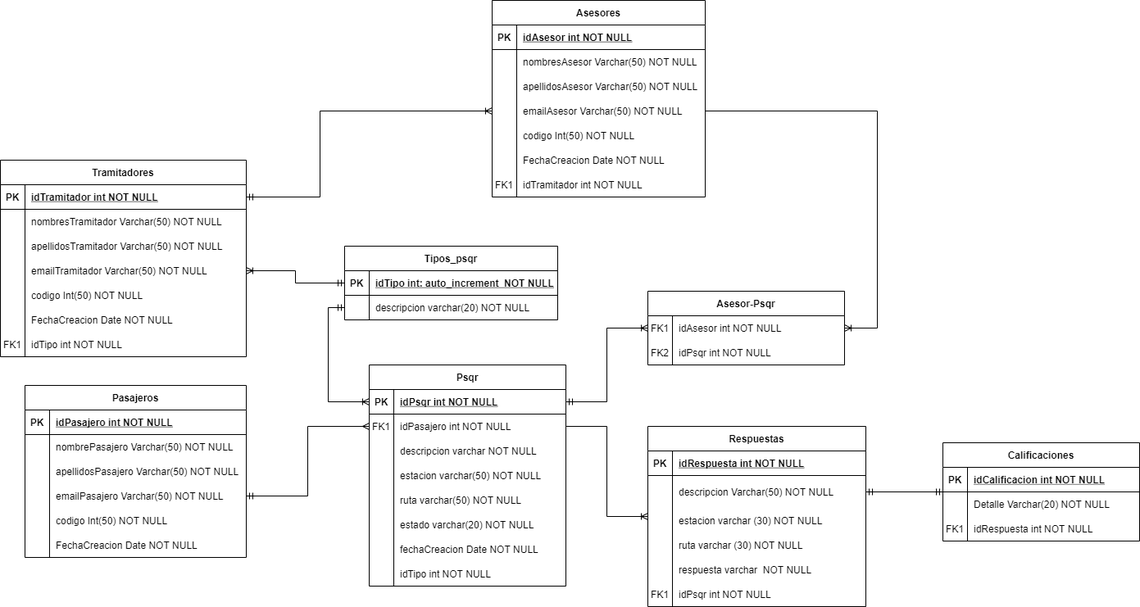
This is Entidad-Relacion-modelo entidad-relacion.png from AlejandraRochaR/imagenes, a draw.io export, as it was before one commit. Source tidied: cells renumbered, new cells last; positions are measured from the earlier drawing's top-left corner, leaving out a move shared by most shapes.
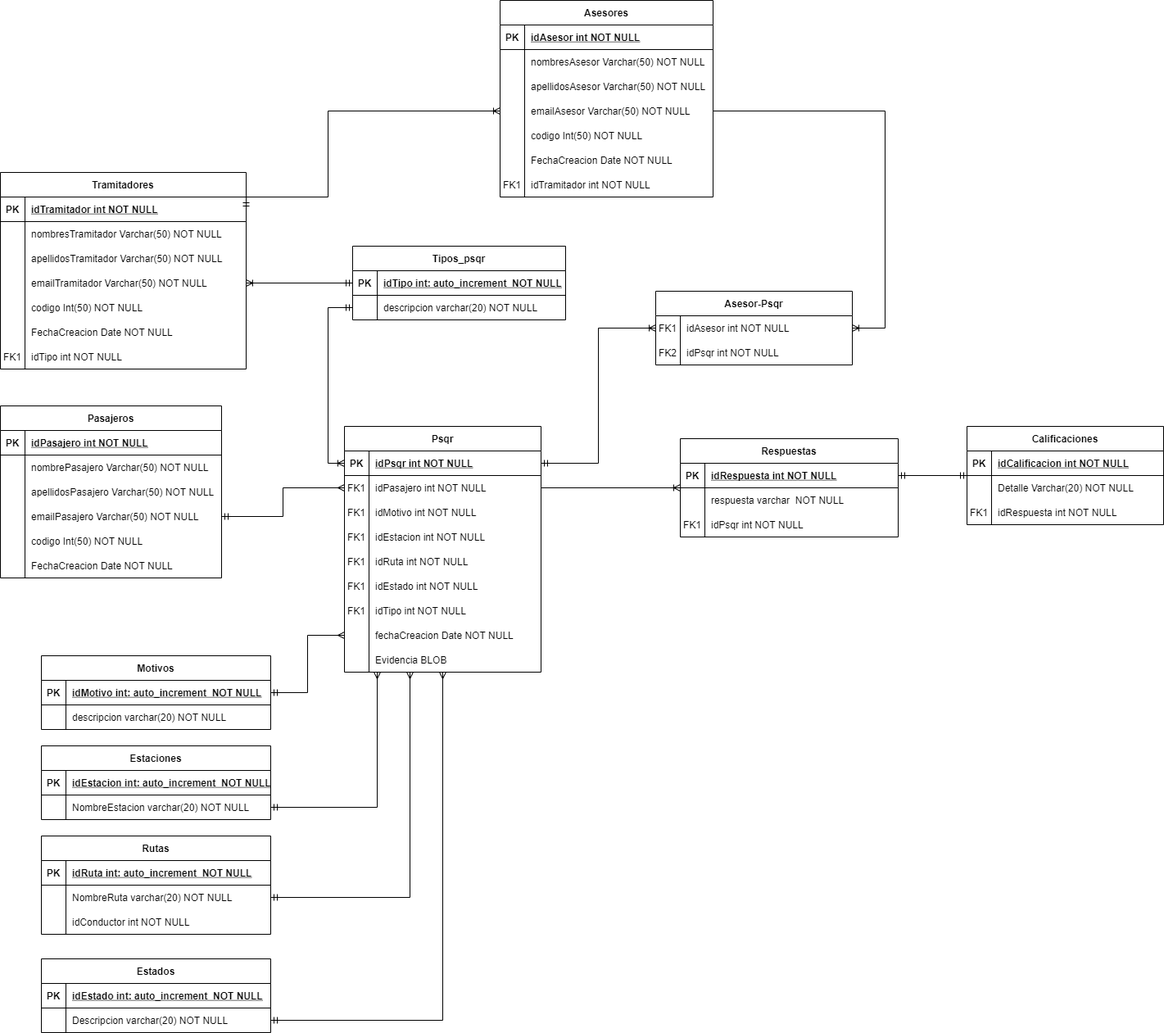
The same diagram one commit later.

Change to the diagram source:
```diff
@@ -31,4 +31,21 @@
     </mxCell>
+    <mxCell id="141" style="edgeStyle=orthogonalEdgeStyle;rounded=0;jettySize=auto;html=1;entryX=1;entryY=0.5;entryDx=0;entryDy=0;startArrow=ERmany;startFill=0;endArrow=ERmandOne;endFill=0;" parent="1" edge="1" source="11" target="163">
+      <mxGeometry relative="1" as="geometry">
+        <Array as="points">
+          <mxPoint x="450" y="985" />
+        </Array>
+      </mxGeometry>
+    </mxCell>
+    <mxCell id="142" style="edgeStyle=orthogonalEdgeStyle;rounded=0;jettySize=auto;html=1;entryX=1;entryY=0.5;entryDx=0;entryDy=0;startArrow=ERmany;startFill=0;endArrow=ERmandOne;endFill=0;" parent="1" edge="1" source="11" target="170">
+      <mxGeometry relative="1" as="geometry">
+        <Array as="points">
+          <mxPoint x="490" y="1095" />
+        </Array>
+      </mxGeometry>
+    </mxCell>
+    <mxCell id="143" style="edgeStyle=orthogonalEdgeStyle;rounded=0;jettySize=auto;html=1;entryX=1;entryY=0.5;entryDx=0;entryDy=0;startArrow=ERmany;startFill=0;endArrow=ERmandOne;endFill=0;" parent="1" edge="1" source="11" target="180">
+      <mxGeometry relative="1" as="geometry" />
+    </mxCell>
     <mxCell id="11" value="Psqr" style="shape=table;startSize=30;rowLines=0;fontStyle=1;align=center;" parent="1" vertex="1">
-      <mxGeometry x="450" y="445" width="240" height="270" as="geometry" />
+      <mxGeometry x="410" y="520" width="240" height="300" as="geometry" />
     </mxCell>
@@ -58,3 +75,3 @@
     </mxCell>
-    <mxCell id="20" value="descripcion varchar NOT NULL" style="shape=partialRectangle;overflow=hidden;fillColor=none;top=0;left=0;bottom=0;right=0;align=left;spacingLeft=6;" parent="18" vertex="1">
+    <mxCell id="20" value="idMotivo int NOT NULL" style="shape=partialRectangle;overflow=hidden;fillColor=none;top=0;left=0;bottom=0;right=0;align=left;spacingLeft=6;" parent="18" vertex="1">
       <mxGeometry x="30" width="210" height="30" as="geometry" />
@@ -67,3 +84,3 @@
     </mxCell>
-    <mxCell id="23" value="estacion varchar(50) NOT NULL" style="shape=partialRectangle;overflow=hidden;fillColor=none;top=0;left=0;bottom=0;right=0;align=left;spacingLeft=6;" parent="21" vertex="1">
+    <mxCell id="23" value="idEstacion int NOT NULL" style="shape=partialRectangle;overflow=hidden;fillColor=none;top=0;left=0;bottom=0;right=0;align=left;spacingLeft=6;" parent="21" vertex="1">
       <mxGeometry x="30" width="210" height="30" as="geometry" />
@@ -76,3 +93,3 @@
     </mxCell>
-    <mxCell id="26" value="ruta varchar(50) NOT NULL" style="shape=partialRectangle;overflow=hidden;fillColor=none;top=0;left=0;bottom=0;right=0;align=left;spacingLeft=6;" parent="24" vertex="1">
+    <mxCell id="26" value="idRuta int NOT NULL" style="shape=partialRectangle;overflow=hidden;fillColor=none;top=0;left=0;bottom=0;right=0;align=left;spacingLeft=6;" parent="24" vertex="1">
       <mxGeometry x="30" width="210" height="30" as="geometry" />
@@ -85,7 +102,16 @@
     </mxCell>
-    <mxCell id="29" value="estado varchar(20) NOT NULL" style="shape=partialRectangle;overflow=hidden;fillColor=none;top=0;left=0;bottom=0;right=0;align=left;spacingLeft=6;" parent="27" vertex="1">
+    <mxCell id="29" value="idEstado int NOT NULL" style="shape=partialRectangle;overflow=hidden;fillColor=none;top=0;left=0;bottom=0;right=0;align=left;spacingLeft=6;" parent="27" vertex="1">
       <mxGeometry x="30" width="210" height="30" as="geometry" />
     </mxCell>
+    <mxCell id="33" style="shape=partialRectangle;fillColor=none;top=0;left=0;right=0;bottom=0;" parent="11" vertex="1">
+      <mxGeometry y="210" width="240" height="30" as="geometry" />
+    </mxCell>
+    <mxCell id="34" style="shape=partialRectangle;overflow=hidden;fillColor=none;top=0;left=0;bottom=0;right=0;" parent="33" vertex="1">
+      <mxGeometry width="30" height="30" as="geometry" />
+    </mxCell>
+    <mxCell id="35" value="idTipo int NOT NULL" style="shape=partialRectangle;overflow=hidden;fillColor=none;top=0;left=0;bottom=0;right=0;align=left;spacingLeft=6;" parent="33" vertex="1">
+      <mxGeometry x="30" width="210" height="30" as="geometry" />
+    </mxCell>
     <mxCell id="30" style="shape=partialRectangle;fillColor=none;points=[[0,0.5],[1,0.5]];portConstraint=eastwest;top=0;left=0;right=0;bottom=0;" parent="11" vertex="1">
-      <mxGeometry y="210" width="240" height="30" as="geometry" />
+      <mxGeometry y="240" width="240" height="30" as="geometry" />
     </mxCell>
@@ -97,11 +123,11 @@
     </mxCell>
-    <mxCell id="33" style="shape=partialRectangle;fillColor=none;top=0;left=0;right=0;bottom=0;" parent="11" vertex="1">
-      <mxGeometry y="240" width="240" height="30" as="geometry" />
-    </mxCell>
-    <mxCell id="34" style="shape=partialRectangle;overflow=hidden;fillColor=none;top=0;left=0;bottom=0;right=0;" parent="33" vertex="1">
-      <mxGeometry width="30" height="30" as="geometry" />
-    </mxCell>
-    <mxCell id="35" value="idTipo int NOT NULL" style="shape=partialRectangle;overflow=hidden;fillColor=none;top=0;left=0;bottom=0;right=0;align=left;spacingLeft=6;" parent="33" vertex="1">
-      <mxGeometry x="30" width="210" height="30" as="geometry" />
-    </mxCell>
+    <mxCell id="144" style="shape=partialRectangle;fillColor=none;top=0;left=0;right=0;bottom=0;" parent="11" vertex="1">
+      <mxGeometry y="270" width="240" height="30" as="geometry" />
+    </mxCell>
+    <mxCell id="145" style="shape=partialRectangle;overflow=hidden;fillColor=none;top=0;left=0;bottom=0;right=0;" parent="144" vertex="1">
+      <mxGeometry width="30" height="30" as="geometry" />
+    </mxCell>
+    <mxCell id="146" value="Evidencia BLOB" style="shape=partialRectangle;overflow=hidden;fillColor=none;top=0;left=0;bottom=0;right=0;align=left;spacingLeft=6;" parent="144" vertex="1">
+      <mxGeometry x="30" width="210" height="30" as="geometry" />
+    </mxCell>
     <mxCell id="36" style="edgeStyle=orthogonalEdgeStyle;rounded=0;jettySize=auto;html=1;entryX=0;entryY=0.5;entryDx=0;entryDy=0;startArrow=ERmandOne;startFill=0;endArrow=ERmany;endFill=0;exitX=1;exitY=0.5;exitDx=0;exitDy=0;" parent="1" edge="1" source="131" target="15">
@@ -110,3 +136,3 @@
     <mxCell id="37" value="Respuestas" style="shape=table;startSize=30;rowLines=0;fontStyle=1;align=center;" parent="1" vertex="1">
-      <mxGeometry x="790" y="520" width="266" height="220" as="geometry" />
+      <mxGeometry x="820" y="535" width="266" height="120" as="geometry" />
     </mxCell>
@@ -121,31 +147,4 @@
     </mxCell>
-    <mxCell id="41" style="shape=partialRectangle;fillColor=none;points=[[0,0.5],[1,0.5]];portConstraint=eastwest;top=0;left=0;right=0;bottom=0;" parent="37" vertex="1">
-      <mxGeometry y="60" width="266" height="40" as="geometry" />
-    </mxCell>
-    <mxCell id="42" style="shape=partialRectangle;overflow=hidden;fillColor=none;top=0;left=0;bottom=0;right=0;" parent="41" vertex="1">
-      <mxGeometry width="30" height="40" as="geometry" />
-    </mxCell>
-    <mxCell id="43" value="descripcion Varchar(50) NOT NULL" style="shape=partialRectangle;overflow=hidden;fillColor=none;top=0;left=0;bottom=0;right=0;align=left;spacingLeft=6;" parent="41" vertex="1">
-      <mxGeometry x="30" width="236" height="40" as="geometry" />
-    </mxCell>
-    <mxCell id="44" style="shape=partialRectangle;fillColor=none;top=0;left=0;right=0;bottom=0;" parent="37" vertex="1">
-      <mxGeometry y="100" width="266" height="30" as="geometry" />
-    </mxCell>
-    <mxCell id="45" style="shape=partialRectangle;overflow=hidden;fillColor=none;top=0;left=0;bottom=0;right=0;" parent="44" vertex="1">
-      <mxGeometry width="30" height="30" as="geometry" />
-    </mxCell>
-    <mxCell id="46" value="estacion varchar (30) NOT NULL" style="shape=partialRectangle;overflow=hidden;fillColor=none;top=0;left=0;bottom=0;right=0;align=left;spacingLeft=6;" parent="44" vertex="1">
-      <mxGeometry x="30" width="236" height="30" as="geometry" />
-    </mxCell>
-    <mxCell id="47" style="shape=partialRectangle;fillColor=none;top=0;left=0;right=0;bottom=0;" parent="37" vertex="1">
-      <mxGeometry y="130" width="266" height="30" as="geometry" />
-    </mxCell>
-    <mxCell id="48" style="shape=partialRectangle;overflow=hidden;fillColor=none;top=0;left=0;bottom=0;right=0;" parent="47" vertex="1">
-      <mxGeometry width="30" height="30" as="geometry" />
-    </mxCell>
-    <mxCell id="49" value="ruta varchar (30) NOT NULL" style="shape=partialRectangle;overflow=hidden;fillColor=none;top=0;left=0;bottom=0;right=0;align=left;spacingLeft=6;" parent="47" vertex="1">
-      <mxGeometry x="30" width="236" height="30" as="geometry" />
-    </mxCell>
     <mxCell id="50" style="shape=partialRectangle;fillColor=none;top=0;left=0;right=0;bottom=0;" parent="37" vertex="1">
-      <mxGeometry y="160" width="266" height="30" as="geometry" />
+      <mxGeometry y="60" width="266" height="30" as="geometry" />
     </mxCell>
@@ -158,3 +157,3 @@
     <mxCell id="53" style="shape=partialRectangle;fillColor=none;top=0;left=0;right=0;bottom=0;" parent="37" vertex="1">
-      <mxGeometry y="190" width="266" height="30" as="geometry" />
+      <mxGeometry y="90" width="266" height="30" as="geometry" />
     </mxCell>
@@ -170,3 +169,3 @@
     <mxCell id="57" value="Calificaciones" style="shape=table;startSize=30;rowLines=0;fontStyle=1;align=center;" parent="1" vertex="1">
-      <mxGeometry x="1150" y="540" width="240" height="120" as="geometry" />
+      <mxGeometry x="1170" y="520" width="240" height="120" as="geometry" />
     </mxCell>
@@ -199,3 +198,3 @@
     </mxCell>
-    <mxCell id="67" style="edgeStyle=orthogonalEdgeStyle;rounded=0;jettySize=auto;html=1;exitX=1;exitY=0.5;exitDx=0;exitDy=0;entryX=0;entryY=0.5;entryDx=0;entryDy=0;startArrow=ERmandOne;startFill=0;endArrow=ERmandOne;endFill=0;" parent="1" edge="1" source="41" target="57">
+    <mxCell id="67" style="edgeStyle=orthogonalEdgeStyle;rounded=0;jettySize=auto;html=1;entryX=0;entryY=0.5;entryDx=0;entryDy=0;startArrow=ERmandOne;startFill=0;endArrow=ERmandOne;endFill=0;" parent="1" edge="1" source="38" target="57">
       <mxGeometry relative="1" as="geometry" />
@@ -203,3 +202,3 @@
     <mxCell id="68" value="Tramitadores" style="shape=table;startSize=30;rowLines=0;fontStyle=1;align=center;" parent="1" vertex="1">
-      <mxGeometry y="195" width="300" height="240" as="geometry" />
+      <mxGeometry x="-10" y="210" width="300" height="240" as="geometry" />
     </mxCell>
@@ -372,3 +371,3 @@
     <mxCell id="121" value="Pasajeros" style="shape=table;startSize=30;rowLines=0;fontStyle=1;align=center;" parent="1" vertex="1">
-      <mxGeometry x="30" y="470" width="270" height="210" as="geometry" />
+      <mxGeometry x="-10" y="495" width="270" height="210" as="geometry" />
     </mxCell>
@@ -431,2 +430,113 @@
     </mxCell>
+    <mxCell id="147" value="FK1" style="shape=partialRectangle;overflow=hidden;fillColor=none;top=0;left=0;bottom=0;right=0;" parent="1" vertex="1">
+      <mxGeometry x="410" y="610" width="30" height="30" as="geometry" />
+    </mxCell>
+    <mxCell id="148" value="FK1" style="shape=partialRectangle;overflow=hidden;fillColor=none;top=0;left=0;bottom=0;right=0;" parent="1" vertex="1">
+      <mxGeometry x="410" y="640" width="30" height="30" as="geometry" />
+    </mxCell>
+    <mxCell id="149" value="FK1" style="shape=partialRectangle;overflow=hidden;fillColor=none;top=0;left=0;bottom=0;right=0;" parent="1" vertex="1">
+      <mxGeometry x="410" y="670" width="30" height="30" as="geometry" />
+    </mxCell>
+    <mxCell id="150" value="FK1" style="shape=partialRectangle;overflow=hidden;fillColor=none;top=0;left=0;bottom=0;right=0;" parent="1" vertex="1">
+      <mxGeometry x="410" y="700" width="30" height="30" as="geometry" />
+    </mxCell>
+    <mxCell id="151" value="FK1" style="shape=partialRectangle;overflow=hidden;fillColor=none;top=0;left=0;bottom=0;right=0;" parent="1" vertex="1">
+      <mxGeometry x="410" y="730" width="30" height="30" as="geometry" />
+    </mxCell>
+    <mxCell id="152" value="Motivos" style="shape=table;startSize=30;rowLines=0;fontStyle=1;align=center;" parent="1" vertex="1">
+      <mxGeometry x="40" y="800" width="280" height="90" as="geometry" />
+    </mxCell>
+    <mxCell id="153" style="shape=partialRectangle;fillColor=none;points=[[0,0.5],[1,0.5]];portConstraint=eastwest;top=0;left=0;right=0;bottom=1;" parent="152" vertex="1">
+      <mxGeometry y="30" width="280" height="30" as="geometry" />
+    </mxCell>
+    <mxCell id="154" value="PK" style="shape=partialRectangle;overflow=hidden;fillColor=none;top=0;left=0;bottom=0;right=0;fontStyle=1;" parent="153" vertex="1">
+      <mxGeometry width="30" height="30" as="geometry" />
+    </mxCell>
+    <mxCell id="155" value="idMotivo int: auto_increment  NOT NULL " style="shape=partialRectangle;overflow=hidden;fillColor=none;top=0;left=0;bottom=0;right=0;align=left;spacingLeft=6;fontStyle=5;" parent="153" vertex="1">
+      <mxGeometry x="30" width="250" height="30" as="geometry" />
+    </mxCell>
+    <mxCell id="156" style="shape=partialRectangle;fillColor=none;top=0;left=0;right=0;bottom=0;" parent="152" vertex="1">
+      <mxGeometry y="60" width="280" height="30" as="geometry" />
+    </mxCell>
+    <mxCell id="157" style="shape=partialRectangle;overflow=hidden;fillColor=none;top=0;left=0;bottom=0;right=0;" parent="156" vertex="1">
+      <mxGeometry width="30" height="30" as="geometry" />
+    </mxCell>
+    <mxCell id="158" value="descripcion varchar(20) NOT NULL" style="shape=partialRectangle;overflow=hidden;fillColor=none;top=0;left=0;bottom=0;right=0;align=left;spacingLeft=6;" parent="156" vertex="1">
+      <mxGeometry x="30" width="250" height="30" as="geometry" />
+    </mxCell>
+    <mxCell id="159" value="Estaciones" style="shape=table;startSize=30;rowLines=0;fontStyle=1;align=center;" parent="1" vertex="1">
+      <mxGeometry x="40" y="910" width="280" height="90" as="geometry" />
+    </mxCell>
+    <mxCell id="160" style="shape=partialRectangle;fillColor=none;top=0;left=0;right=0;bottom=1;" parent="159" vertex="1">
+      <mxGeometry y="30" width="280" height="30" as="geometry" />
+    </mxCell>
+    <mxCell id="161" value="PK" style="shape=partialRectangle;overflow=hidden;fillColor=none;top=0;left=0;bottom=0;right=0;fontStyle=1;" parent="160" vertex="1">
+      <mxGeometry width="30" height="30" as="geometry" />
+    </mxCell>
+    <mxCell id="162" value="idEstacion int: auto_increment  NOT NULL " style="shape=partialRectangle;overflow=hidden;fillColor=none;top=0;left=0;bottom=0;right=0;align=left;spacingLeft=6;fontStyle=5;" parent="160" vertex="1">
+      <mxGeometry x="30" width="250" height="30" as="geometry" />
+    </mxCell>
+    <mxCell id="163" style="shape=partialRectangle;fillColor=none;points=[[0,0.5],[1,0.5]];portConstraint=eastwest;top=0;left=0;right=0;bottom=0;" parent="159" vertex="1">
+      <mxGeometry y="60" width="280" height="30" as="geometry" />
+    </mxCell>
+    <mxCell id="164" style="shape=partialRectangle;overflow=hidden;fillColor=none;top=0;left=0;bottom=0;right=0;" parent="163" vertex="1">
+      <mxGeometry width="30" height="30" as="geometry" />
+    </mxCell>
+    <mxCell id="165" value="NombreEstacion varchar(20) NOT NULL" style="shape=partialRectangle;overflow=hidden;fillColor=none;top=0;left=0;bottom=0;right=0;align=left;spacingLeft=6;" parent="163" vertex="1">
+      <mxGeometry x="30" width="250" height="30" as="geometry" />
+    </mxCell>
+    <mxCell id="166" value="Rutas" style="shape=table;startSize=30;rowLines=0;fontStyle=1;align=center;" parent="1" vertex="1">
+      <mxGeometry x="40" y="1020" width="280" height="120" as="geometry" />
+    </mxCell>
+    <mxCell id="167" style="shape=partialRectangle;fillColor=none;top=0;left=0;right=0;bottom=1;" parent="166" vertex="1">
+      <mxGeometry y="30" width="280" height="30" as="geometry" />
+    </mxCell>
+    <mxCell id="168" value="PK" style="shape=partialRectangle;overflow=hidden;fillColor=none;top=0;left=0;bottom=0;right=0;fontStyle=1;" parent="167" vertex="1">
+      <mxGeometry width="30" height="30" as="geometry" />
+    </mxCell>
+    <mxCell id="169" value="idRuta int: auto_increment  NOT NULL " style="shape=partialRectangle;overflow=hidden;fillColor=none;top=0;left=0;bottom=0;right=0;align=left;spacingLeft=6;fontStyle=5;" parent="167" vertex="1">
+      <mxGeometry x="30" width="250" height="30" as="geometry" />
+    </mxCell>
+    <mxCell id="170" style="shape=partialRectangle;fillColor=none;points=[[0,0.5],[1,0.5]];portConstraint=eastwest;top=0;left=0;right=0;bottom=0;" parent="166" vertex="1">
+      <mxGeometry y="60" width="280" height="30" as="geometry" />
+    </mxCell>
+    <mxCell id="171" style="shape=partialRectangle;overflow=hidden;fillColor=none;top=0;left=0;bottom=0;right=0;" parent="170" vertex="1">
+      <mxGeometry width="30" height="30" as="geometry" />
+    </mxCell>
+    <mxCell id="172" value="NombreRuta varchar(20) NOT NULL" style="shape=partialRectangle;overflow=hidden;fillColor=none;top=0;left=0;bottom=0;right=0;align=left;spacingLeft=6;" parent="170" vertex="1">
+      <mxGeometry x="30" width="250" height="30" as="geometry" />
+    </mxCell>
+    <mxCell id="173" style="shape=partialRectangle;fillColor=none;top=0;left=0;right=0;bottom=0;" parent="166" vertex="1">
+      <mxGeometry y="90" width="280" height="30" as="geometry" />
+    </mxCell>
+    <mxCell id="174" style="shape=partialRectangle;overflow=hidden;fillColor=none;top=0;left=0;bottom=0;right=0;" parent="173" vertex="1">
+      <mxGeometry width="30" height="30" as="geometry" />
+    </mxCell>
+    <mxCell id="175" value="idConductor int NOT NULL" style="shape=partialRectangle;overflow=hidden;fillColor=none;top=0;left=0;bottom=0;right=0;align=left;spacingLeft=6;" parent="173" vertex="1">
+      <mxGeometry x="30" width="250" height="30" as="geometry" />
+    </mxCell>
+    <mxCell id="176" value="Estados" style="shape=table;startSize=30;rowLines=0;fontStyle=1;align=center;" parent="1" vertex="1">
+      <mxGeometry x="40" y="1170" width="280" height="90" as="geometry" />
+    </mxCell>
+    <mxCell id="177" style="shape=partialRectangle;fillColor=none;top=0;left=0;right=0;bottom=1;" parent="176" vertex="1">
+      <mxGeometry y="30" width="280" height="30" as="geometry" />
+    </mxCell>
+    <mxCell id="178" value="PK" style="shape=partialRectangle;overflow=hidden;fillColor=none;top=0;left=0;bottom=0;right=0;fontStyle=1;" parent="177" vertex="1">
+      <mxGeometry width="30" height="30" as="geometry" />
+    </mxCell>
+    <mxCell id="179" value="idEstado int: auto_increment  NOT NULL " style="shape=partialRectangle;overflow=hidden;fillColor=none;top=0;left=0;bottom=0;right=0;align=left;spacingLeft=6;fontStyle=5;" parent="177" vertex="1">
+      <mxGeometry x="30" width="250" height="30" as="geometry" />
+    </mxCell>
+    <mxCell id="180" style="shape=partialRectangle;fillColor=none;points=[[0,0.5],[1,0.5]];portConstraint=eastwest;top=0;left=0;right=0;bottom=0;" parent="176" vertex="1">
+      <mxGeometry y="60" width="280" height="30" as="geometry" />
+    </mxCell>
+    <mxCell id="181" style="shape=partialRectangle;overflow=hidden;fillColor=none;top=0;left=0;bottom=0;right=0;" parent="180" vertex="1">
+      <mxGeometry width="30" height="30" as="geometry" />
+    </mxCell>
+    <mxCell id="182" value="Descripcion varchar(20) NOT NULL" style="shape=partialRectangle;overflow=hidden;fillColor=none;top=0;left=0;bottom=0;right=0;align=left;spacingLeft=6;" parent="180" vertex="1">
+      <mxGeometry x="30" width="250" height="30" as="geometry" />
+    </mxCell>
+    <mxCell id="183" style="edgeStyle=orthogonalEdgeStyle;rounded=0;jettySize=auto;html=1;exitX=0;exitY=0.5;exitDx=0;exitDy=0;entryX=1;entryY=0.5;entryDx=0;entryDy=0;endArrow=ERmandOne;endFill=0;startArrow=ERmany;startFill=0;" parent="1" edge="1" source="30" target="153">
+      <mxGeometry relative="1" as="geometry" />
+    </mxCell>
   </root>
```
